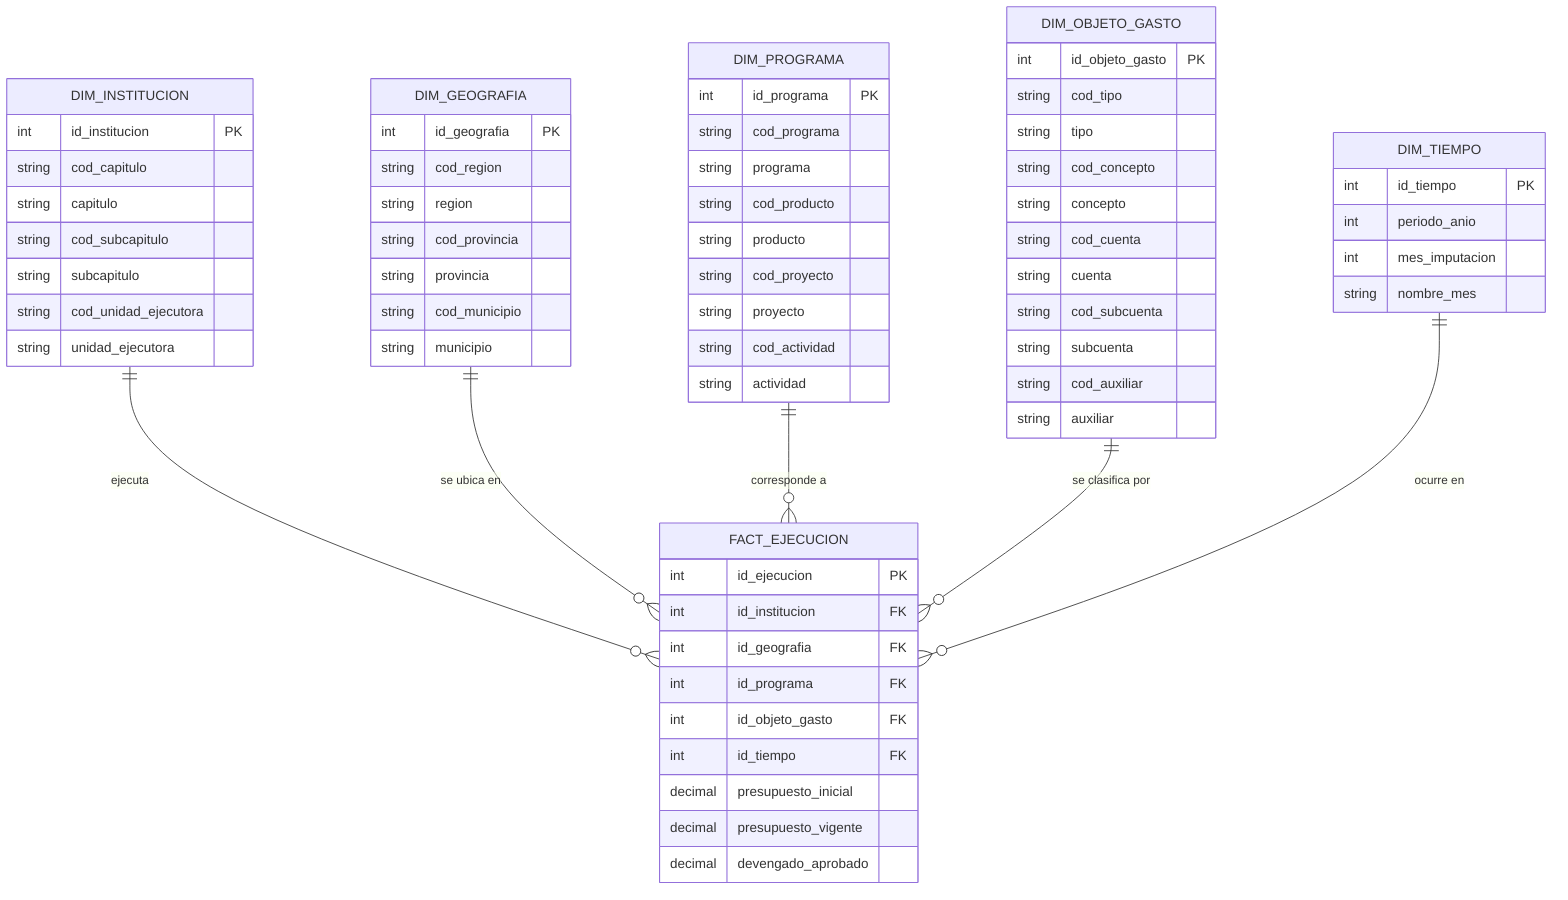
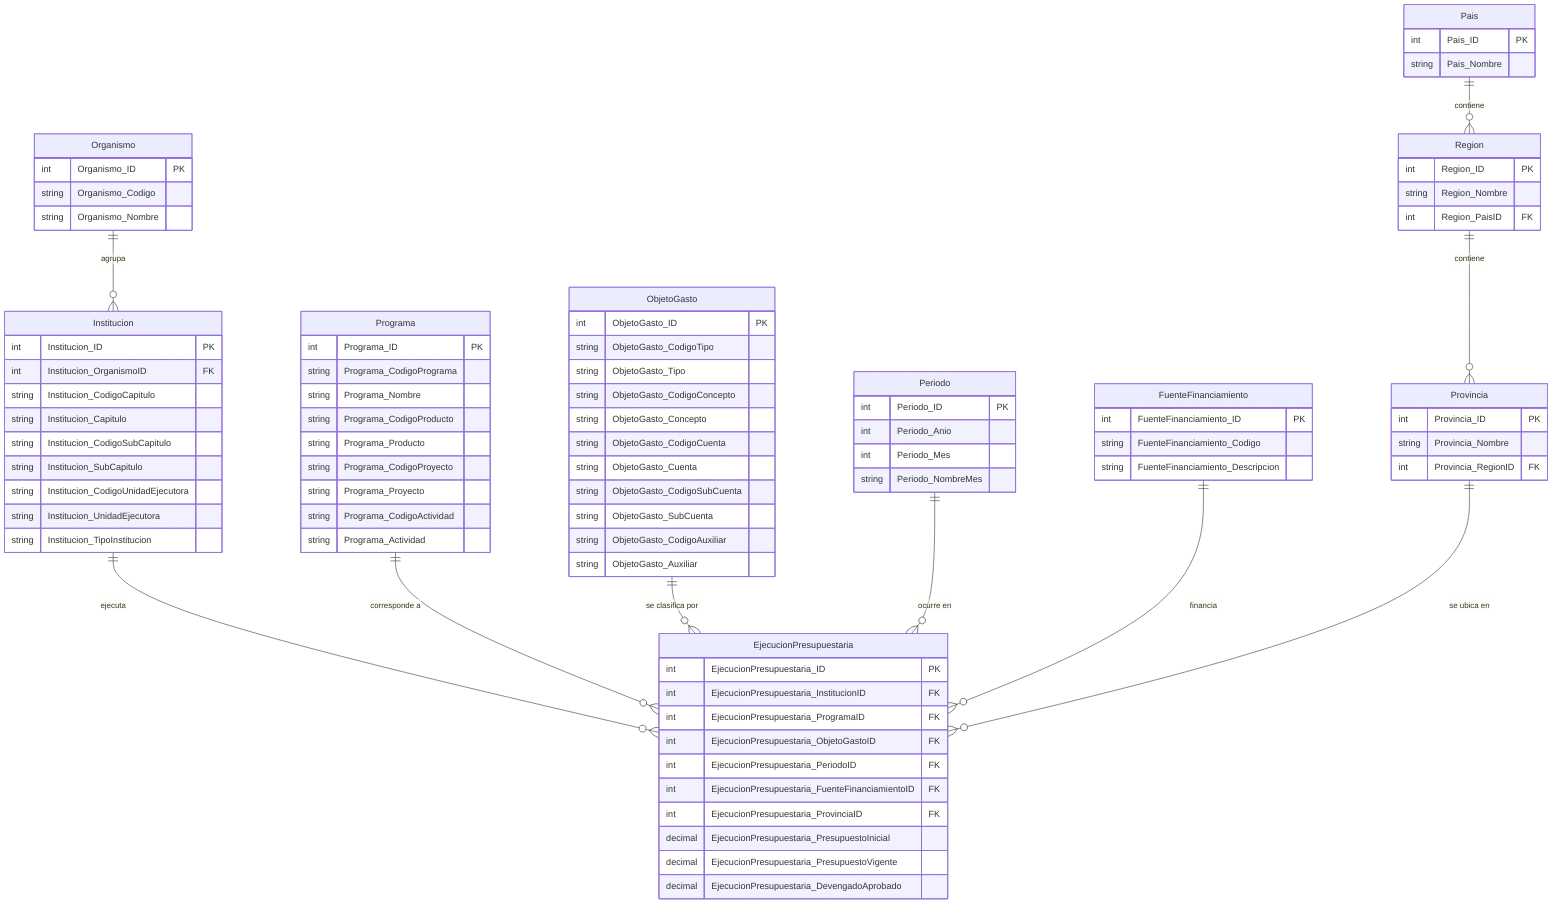
erDiagram
-     %% Modelo Lógico - Presupuesto Nacional RD (Star Schema)
+     %% Modelo Lógico - Presupuesto Nacional RD
    %% Autor: Lic. Manuel Mañana Santana

-     DIM_INSTITUCION ||--o{ FACT_EJECUCION : "ejecuta"
-     DIM_GEOGRAFIA ||--o{ FACT_EJECUCION : "se ubica en"
-     DIM_PROGRAMA ||--o{ FACT_EJECUCION : "corresponde a"
-     DIM_OBJETO_GASTO ||--o{ FACT_EJECUCION : "se clasifica por"
-     DIM_TIEMPO ||--o{ FACT_EJECUCION : "ocurre en"
+     Organismo ||--o{ Institucion : "agrupa"
+     Institucion ||--o{ EjecucionPresupuestaria : "ejecuta"
+     Programa ||--o{ EjecucionPresupuestaria : "corresponde a"
+     ObjetoGasto ||--o{ EjecucionPresupuestaria : "se clasifica por"
+     Periodo ||--o{ EjecucionPresupuestaria : "ocurre en"
+     FuenteFinanciamiento ||--o{ EjecucionPresupuestaria : "financia"
+     Pais ||--o{ Region : "contiene"
+     Region ||--o{ Provincia : "contiene"
+     Provincia ||--o{ EjecucionPresupuestaria : "se ubica en"

-     DIM_INSTITUCION {
-         int id_institucion PK
-         string cod_capitulo
-         string capitulo
-         string cod_subcapitulo
-         string subcapitulo
-         string cod_unidad_ejecutora
-         string unidad_ejecutora
+     Organismo {
+         int Organismo_ID PK
+         string Organismo_Codigo
+         string Organismo_Nombre
    }

-     DIM_GEOGRAFIA {
-         int id_geografia PK
-         string cod_region
-         string region
-         string cod_provincia
-         string provincia
-         string cod_municipio
-         string municipio
+     Institucion {
+         int Institucion_ID PK
+         int Institucion_OrganismoID FK
+         string Institucion_CodigoCapitulo
+         string Institucion_Capitulo
+         string Institucion_CodigoSubCapitulo
+         string Institucion_SubCapitulo
+         string Institucion_CodigoUnidadEjecutora
+         string Institucion_UnidadEjecutora
+         string Institucion_TipoInstitucion
    }

-     DIM_PROGRAMA {
-         int id_programa PK
-         string cod_programa
-         string programa
-         string cod_producto
-         string producto
-         string cod_proyecto
-         string proyecto
-         string cod_actividad
-         string actividad
+     Programa {
+         int Programa_ID PK
+         string Programa_CodigoPrograma
+         string Programa_Nombre
+         string Programa_CodigoProducto
+         string Programa_Producto
+         string Programa_CodigoProyecto
+         string Programa_Proyecto
+         string Programa_CodigoActividad
+         string Programa_Actividad
    }

-     DIM_OBJETO_GASTO {
-         int id_objeto_gasto PK
-         string cod_tipo
-         string tipo
-         string cod_concepto
-         string concepto
-         string cod_cuenta
-         string cuenta
-         string cod_subcuenta
-         string subcuenta
-         string cod_auxiliar
-         string auxiliar
+     ObjetoGasto {
+         int ObjetoGasto_ID PK
+         string ObjetoGasto_CodigoTipo
+         string ObjetoGasto_Tipo
+         string ObjetoGasto_CodigoConcepto
+         string ObjetoGasto_Concepto
+         string ObjetoGasto_CodigoCuenta
+         string ObjetoGasto_Cuenta
+         string ObjetoGasto_CodigoSubCuenta
+         string ObjetoGasto_SubCuenta
+         string ObjetoGasto_CodigoAuxiliar
+         string ObjetoGasto_Auxiliar
    }

-     DIM_TIEMPO {
-         int id_tiempo PK
-         int periodo_anio
-         int mes_imputacion
-         string nombre_mes
+     Periodo {
+         int Periodo_ID PK
+         int Periodo_Anio
+         int Periodo_Mes
+         string Periodo_NombreMes
    }

-     FACT_EJECUCION {
-         int id_ejecucion PK
-         int id_institucion FK
-         int id_geografia FK
-         int id_programa FK
-         int id_objeto_gasto FK
-         int id_tiempo FK
-         decimal presupuesto_inicial
-         decimal presupuesto_vigente
-         decimal devengado_aprobado
+     FuenteFinanciamiento {
+         int FuenteFinanciamiento_ID PK
+         string FuenteFinanciamiento_Codigo
+         string FuenteFinanciamiento_Descripcion
    }
+ 
+     Pais {
+         int Pais_ID PK
+         string Pais_Nombre
+     }
+ 
+     Region {
+         int Region_ID PK
+         string Region_Nombre
+         int Region_PaisID FK
+     }
+ 
+     Provincia {
+         int Provincia_ID PK
+         string Provincia_Nombre
+         int Provincia_RegionID FK
+     }
+ 
+     EjecucionPresupuestaria {
+         int EjecucionPresupuestaria_ID PK
+         int EjecucionPresupuestaria_InstitucionID FK
+         int EjecucionPresupuestaria_ProgramaID FK
+         int EjecucionPresupuestaria_ObjetoGastoID FK
+         int EjecucionPresupuestaria_PeriodoID FK
+         int EjecucionPresupuestaria_FuenteFinanciamientoID FK
+         int EjecucionPresupuestaria_ProvinciaID FK
+         decimal EjecucionPresupuestaria_PresupuestoInicial
+         decimal EjecucionPresupuestaria_PresupuestoVigente
+         decimal EjecucionPresupuestaria_DevengadoAprobado
+     }
